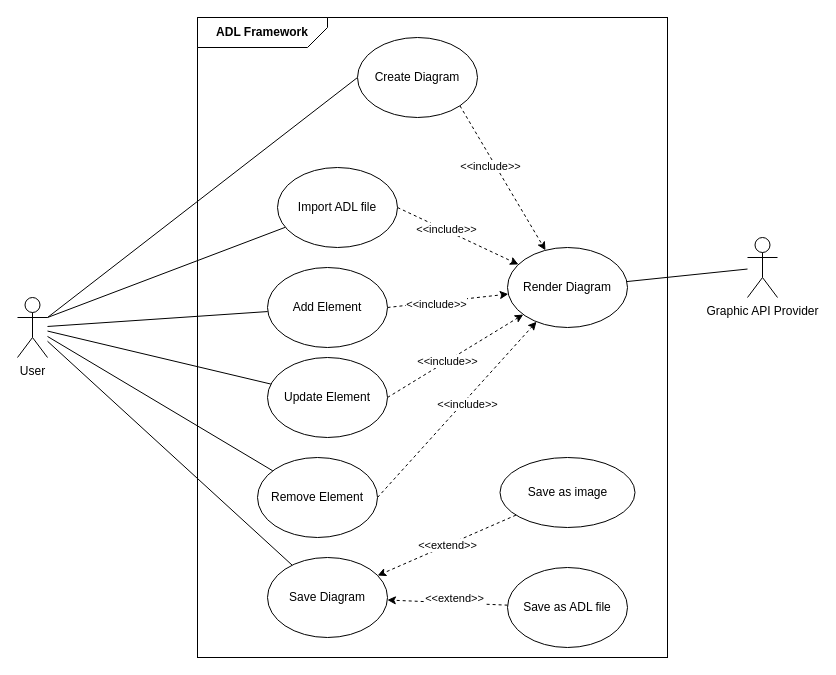
phunm211/SW-Associate-Architecture keeps this draw.io diagram as drawio/UseCase.drawio. Above is the earlier version. Source tidied: cells renumbered, new cells numbered last; positions are measured from the earlier drawing's top-left corner, leaving out a move shared by most shapes. Both pictures are drawn from the tidied source at 100%, with x=0, y=0 at pixel (17, -33).
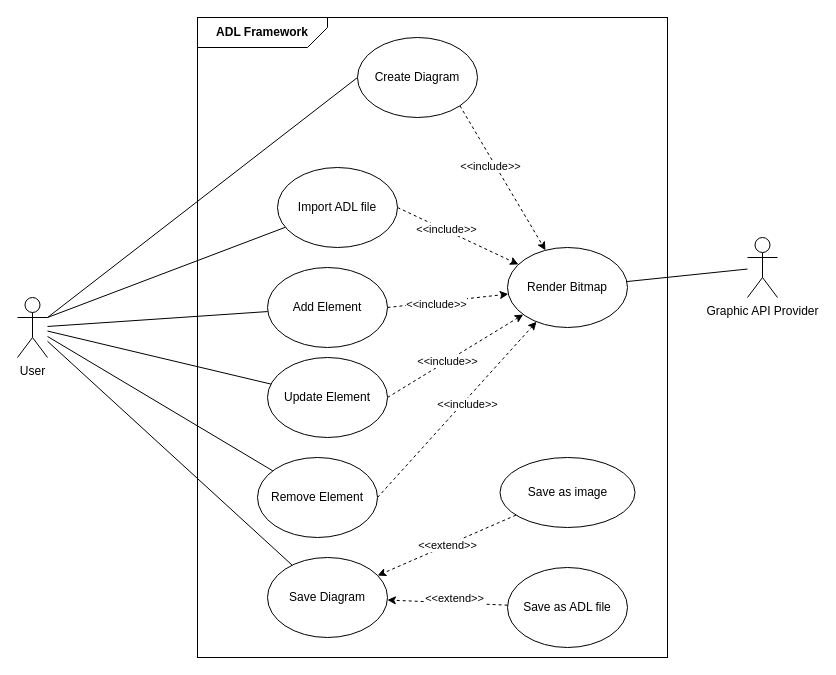
The same diagram, later.

Diff of the diagram source:
```diff
@@
-    <mxCell id="33" value="Render Diagram" style="ellipse;whiteSpace=wrap;html=1;" parent="1" vertex="1">
+    <mxCell id="33" value="Render Bitmap" style="ellipse;whiteSpace=wrap;html=1;" parent="1" vertex="1">
       <mxGeometry x="490" y="280" width="120" height="80" as="geometry" />
     </mxCell>
```
